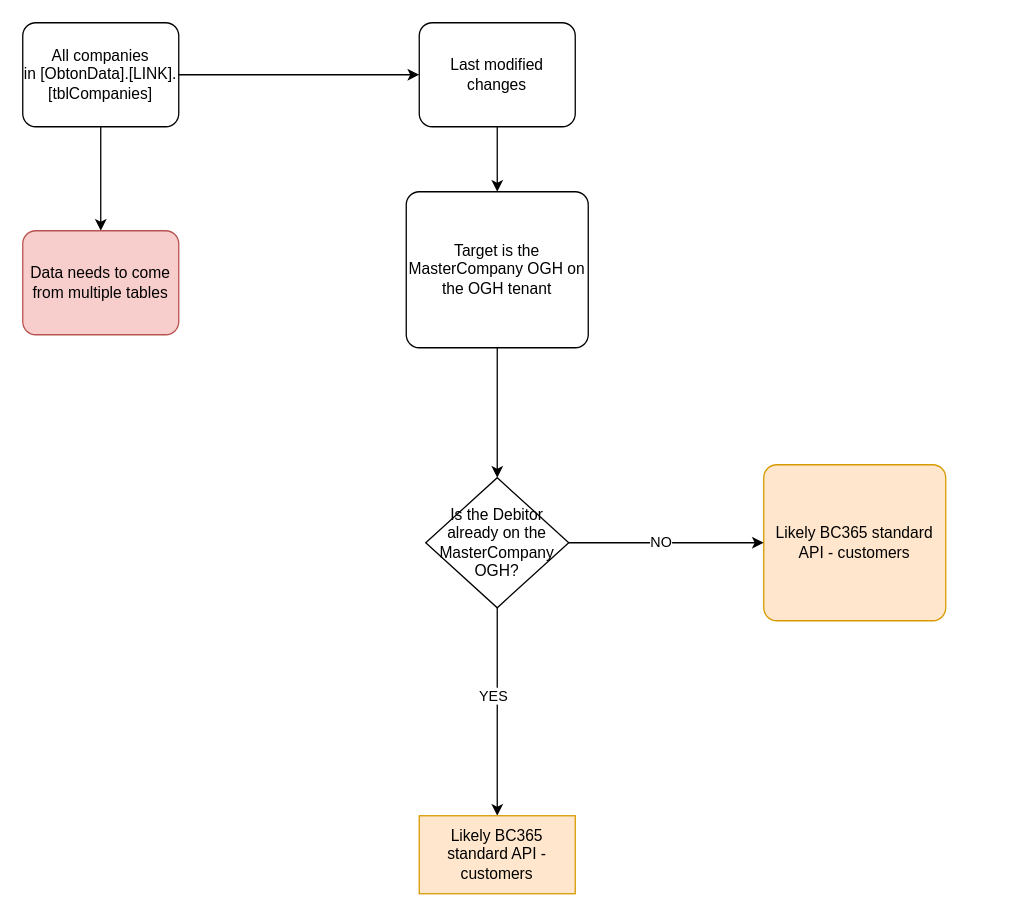
The draw.io diagram page "Upsert Debitor" (4 of 7) of bc365.drawio in enkopvand/enterprise-architecture, before the edit. Source tidied: cells renumbered, new cells numbered last; positions are measured from the earlier drawing's top-left corner, leaving out a move shared by most shapes. Both pictures are drawn from the tidied source at 130%, with x=0, y=0 at pixel (22, 22).
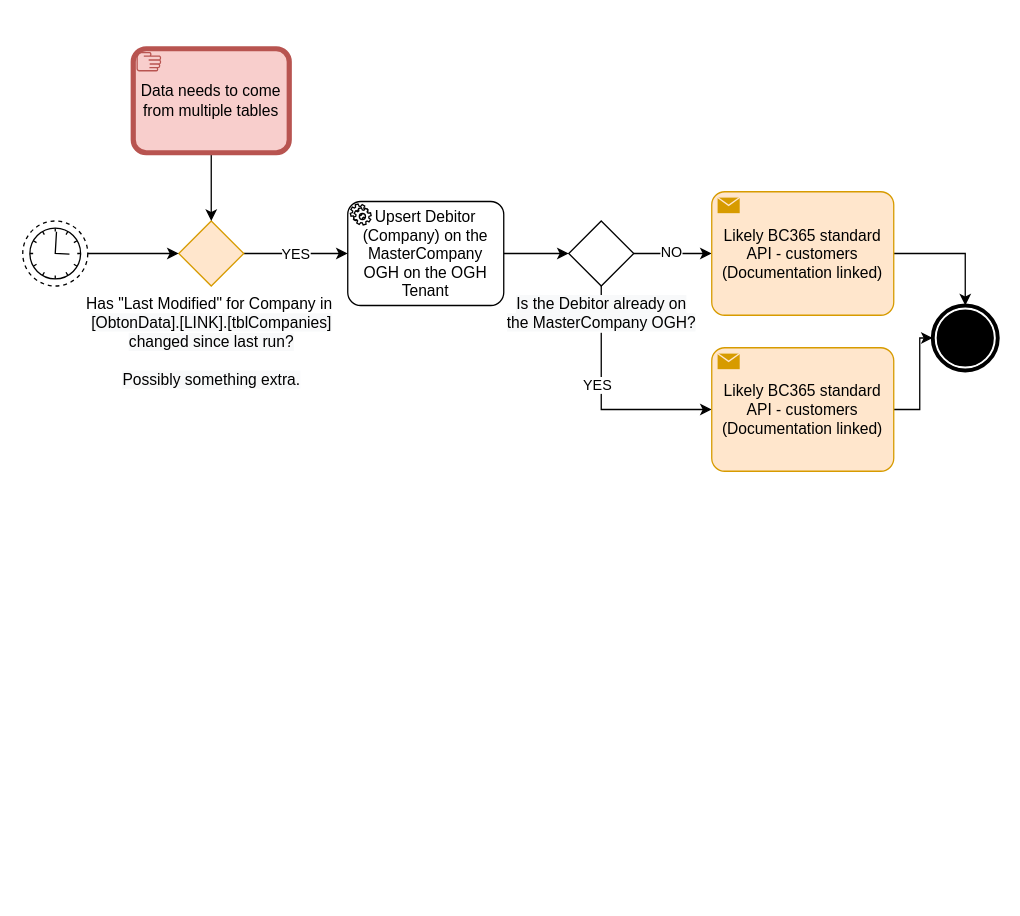
The same diagram, later.

The edit, as a diff of the source:
```diff
@@
 <mxGraphModel>
   <root>
     <mxCell id="0" />
     <mxCell id="1" parent="0" />
-    <mxCell id="2" style="edgeStyle=orthogonalEdgeStyle;rounded=0;jettySize=auto;html=1;" parent="1" edge="1" source="3" target="5">
-      <mxGeometry relative="1" as="geometry" />
-    </mxCell>
-    <mxCell id="3" value="Last modified changes" style="points=[[0.25,0,0],[0.5,0,0],[0.75,0,0],[1,0.25,0],[1,0.5,0],[1,0.75,0],[0.75,1,0],[0.5,1,0],[0.25,1,0],[0,0.75,0],[0,0.5,0],[0,0.25,0]];shape=mxgraph.bpmn.task;whiteSpace=wrap;rectStyle=rounded;size=10;taskMarker=abstract;" parent="1" vertex="1">
-      <mxGeometry x="305" width="120" height="80" as="geometry" />
-    </mxCell>
-    <mxCell id="4" style="edgeStyle=orthogonalEdgeStyle;rounded=0;jettySize=auto;html=1;" parent="1" edge="1" source="5" target="11">
+    <mxCell id="4" style="edgeStyle=orthogonalEdgeStyle;rounded=0;jettySize=auto;html=1;entryX=0;entryY=0.5;entryDx=0;entryDy=0;entryPerimeter=0;exitX=1;exitY=0.5;exitDx=0;exitDy=0;exitPerimeter=0;" parent="1" edge="1" source="26" target="11">
       <mxGeometry relative="1" as="geometry" />
     </mxCell>
-    <mxCell id="5" value="Target is the MasterCompany OGH on the OGH tenant" style="points=[[0.25,0,0],[0.5,0,0],[0.75,0,0],[1,0.25,0],[1,0.5,0],[1,0.75,0],[0.75,1,0],[0.5,1,0],[0.25,1,0],[0,0.75,0],[0,0.5,0],[0,0.25,0]];shape=mxgraph.bpmn.task;whiteSpace=wrap;rectStyle=rounded;size=10;taskMarker=abstract;" parent="1" vertex="1">
-      <mxGeometry x="295" y="130" width="140" height="120" as="geometry" />
-    </mxCell>
-    <mxCell id="6" value="Likely BC365 standard API - customers" style="points=[[0.25,0,0],[0.5,0,0],[0.75,0,0],[1,0.25,0],[1,0.5,0],[1,0.75,0],[0.75,1,0],[0.5,1,0],[0.25,1,0],[0,0.75,0],[0,0.5,0],[0,0.25,0]];shape=mxgraph.bpmn.task;whiteSpace=wrap;rectStyle=rounded;size=10;taskMarker=abstract;fillColor=#ffe6cc;strokeColor=#d79b00;" parent="1" vertex="1">
-      <mxGeometry x="570" y="340" width="140" height="120" as="geometry" />
-    </mxCell>
-    <mxCell id="7" style="edgeStyle=orthogonalEdgeStyle;rounded=0;jettySize=auto;html=1;entryX=0;entryY=0.5;entryDx=0;entryDy=0;entryPerimeter=0;" parent="1" edge="1" source="11" target="6">
+    <mxCell id="7" style="edgeStyle=orthogonalEdgeStyle;rounded=0;jettySize=auto;html=1;entryX=0;entryY=0.5;entryDx=0;entryDy=0;entryPerimeter=0;" parent="1" edge="1" source="11" target="18">
       <mxGeometry relative="1" as="geometry" />
     </mxCell>
     <mxCell id="8" value="NO" style="edgeLabel;html=1;align=center;verticalAlign=middle;" parent="7" vertex="1">
       <mxGeometry x="-0.07" y="1" relative="1" as="geometry" />
     </mxCell>
-    <mxCell id="9" style="edgeStyle=orthogonalEdgeStyle;rounded=0;jettySize=auto;html=1;" parent="1" edge="1" source="11" target="12">
+    <mxCell id="9" style="edgeStyle=orthogonalEdgeStyle;rounded=0;jettySize=auto;html=1;exitX=0.5;exitY=1;exitDx=0;exitDy=0;exitPerimeter=0;entryX=0;entryY=0.5;entryDx=0;entryDy=0;entryPerimeter=0;" parent="1" edge="1" source="11" target="20">
       <mxGeometry relative="1" as="geometry" />
     </mxCell>
     <mxCell id="10" value="YES" style="edgeLabel;html=1;align=center;verticalAlign=middle;" parent="9" vertex="1">
       <mxGeometry x="-0.16" y="-4" relative="1" as="geometry" />
     </mxCell>
+    <mxCell id="17" style="edgeStyle=orthogonalEdgeStyle;rounded=0;jettySize=auto;html=1;entryX=0.5;entryY=0;entryDx=0;entryDy=0;entryPerimeter=0;" parent="1" edge="1" source="18" target="27">
+      <mxGeometry relative="1" as="geometry" />
+    </mxCell>
+    <mxCell id="18" value="Likely BC365 standard API - customers&#10;(Documentation linked)" style="points=[[0.25,0,0],[0.5,0,0],[0.75,0,0],[1,0.25,0],[1,0.5,0],[1,0.75,0],[0.75,1,0],[0.5,1,0],[0.25,1,0],[0,0.75,0],[0,0.5,0],[0,0.25,0]];shape=mxgraph.bpmn.task;whiteSpace=wrap;rectStyle=rounded;size=10;taskMarker=send;fillColor=#ffe6cc;strokeColor=#d79b00;" parent="1" vertex="1">
+      <mxGeometry x="530" y="130" width="140" height="95" as="geometry" />
+    </mxCell>
+    <mxCell id="19" style="edgeStyle=orthogonalEdgeStyle;rounded=0;jettySize=auto;html=1;" parent="1" edge="1" source="20" target="27">
+      <mxGeometry relative="1" as="geometry" />
+    </mxCell>
+    <mxCell id="20" value="Likely BC365 standard API - customers&#10;(Documentation linked)" style="points=[[0.25,0,0],[0.5,0,0],[0.75,0,0],[1,0.25,0],[1,0.5,0],[1,0.75,0],[0.75,1,0],[0.5,1,0],[0.25,1,0],[0,0.75,0],[0,0.5,0],[0,0.25,0]];shape=mxgraph.bpmn.task;whiteSpace=wrap;rectStyle=rounded;size=10;taskMarker=send;fillColor=#ffe6cc;strokeColor=#d79b00;" parent="1" vertex="1">
+      <mxGeometry x="530" y="250" width="140" height="95" as="geometry" />
+    </mxCell>
-    <mxCell id="11" value="Is the Debitor already on the MasterCompany OGH?" style="rhombus;whiteSpace=wrap;html=1;" parent="1" vertex="1">
-      <mxGeometry x="310" y="350" width="110" height="100" as="geometry" />
+    <mxCell id="11" value="&lt;span style=&quot;background-color: rgb(248, 249, 250);&quot;&gt;Is the Debitor already on &lt;br&gt;the MasterCompany OGH?&lt;/span&gt;" style="points=[[0.25,0.25,0],[0.5,0,0],[0.75,0.25,0],[1,0.5,0],[0.75,0.75,0],[0.5,1,0],[0.25,0.75,0],[0,0.5,0]];shape=mxgraph.bpmn.gateway2;html=1;verticalLabelPosition=bottom;labelBackgroundColor=#ffffff;verticalAlign=top;align=center;perimeter=rhombusPerimeter;outlineConnect=0;outline=none;symbol=none;" parent="1" vertex="1">
+      <mxGeometry x="420" y="152.5" width="50" height="50" as="geometry" />
     </mxCell>
-    <mxCell id="12" value="&lt;span style=&quot;&quot;&gt;Likely BC365 standard API - customers&lt;/span&gt;" style="whiteSpace=wrap;html=1;fillColor=#ffe6cc;strokeColor=#d79b00;" parent="1" vertex="1">
-      <mxGeometry x="305" y="610" width="120" height="60" as="geometry" />
-    </mxCell>
-    <mxCell id="13" style="edgeStyle=orthogonalEdgeStyle;rounded=0;jettySize=auto;html=1;" parent="1" edge="1" source="15" target="3">
-      <mxGeometry relative="1" as="geometry" />
-    </mxCell>
-    <mxCell id="14" style="edgeStyle=orthogonalEdgeStyle;rounded=0;jettySize=auto;html=1;" parent="1" edge="1" source="15" target="16">
-      <mxGeometry relative="1" as="geometry" />
-    </mxCell>
-    <mxCell id="15" value="All companies in [ObtonData].[LINK].[tblCompanies]" style="points=[[0.25,0,0],[0.5,0,0],[0.75,0,0],[1,0.25,0],[1,0.5,0],[1,0.75,0],[0.75,1,0],[0.5,1,0],[0.25,1,0],[0,0.75,0],[0,0.5,0],[0,0.25,0]];shape=mxgraph.bpmn.task;whiteSpace=wrap;rectStyle=rounded;size=10;taskMarker=abstract;" parent="1" vertex="1">
-      <mxGeometry width="120" height="80" as="geometry" />
-    </mxCell>
+    <mxCell id="21" value="YES" style="edgeStyle=orthogonalEdgeStyle;rounded=0;jettySize=auto;html=1;entryX=0;entryY=0.5;entryDx=0;entryDy=0;entryPerimeter=0;" parent="1" edge="1" source="22" target="26">
+      <mxGeometry relative="1" as="geometry" />
+    </mxCell>
+    <mxCell id="22" value="Has &quot;Last Modified&quot; for Company in&amp;nbsp;&lt;br&gt;&lt;span style=&quot;background-color: rgb(248, 249, 250);&quot;&gt;[ObtonData].[LINK].[tblCompanies] &lt;br&gt;changed since last run?&lt;br&gt;&lt;br&gt;Possibly something extra.&lt;br&gt;&lt;/span&gt;" style="points=[[0.25,0.25,0],[0.5,0,0],[0.75,0.25,0],[1,0.5,0],[0.75,0.75,0],[0.5,1,0],[0.25,0.75,0],[0,0.5,0]];shape=mxgraph.bpmn.gateway2;html=1;verticalLabelPosition=bottom;labelBackgroundColor=#ffffff;verticalAlign=top;align=center;perimeter=rhombusPerimeter;outlineConnect=0;outline=none;symbol=none;fillColor=#ffe6cc;strokeColor=#d79b00;" parent="1" vertex="1">
+      <mxGeometry x="120" y="152.5" width="50" height="50" as="geometry" />
+    </mxCell>
+    <mxCell id="23" style="edgeStyle=orthogonalEdgeStyle;rounded=0;jettySize=auto;html=1;" parent="1" edge="1" source="16" target="22">
+      <mxGeometry relative="1" as="geometry" />
+    </mxCell>
-    <mxCell id="16" value="Data needs to come from multiple tables" style="points=[[0.25,0,0],[0.5,0,0],[0.75,0,0],[1,0.25,0],[1,0.5,0],[1,0.75,0],[0.75,1,0],[0.5,1,0],[0.25,1,0],[0,0.75,0],[0,0.5,0],[0,0.25,0]];shape=mxgraph.bpmn.task;whiteSpace=wrap;rectStyle=rounded;size=10;taskMarker=abstract;fillColor=#f8cecc;strokeColor=#b85450;" parent="1" vertex="1">
-      <mxGeometry y="160" width="120" height="80" as="geometry" />
+    <mxCell id="16" value="Data needs to come from multiple tables" style="points=[[0.25,0,0],[0.5,0,0],[0.75,0,0],[1,0.25,0],[1,0.5,0],[1,0.75,0],[0.75,1,0],[0.5,1,0],[0.25,1,0],[0,0.75,0],[0,0.5,0],[0,0.25,0]];shape=mxgraph.bpmn.task;whiteSpace=wrap;rectStyle=rounded;size=10;bpmnShapeType=call;taskMarker=manual;fillColor=#f8cecc;strokeColor=#b85450;" parent="1" vertex="1">
+      <mxGeometry x="85" y="20" width="120" height="80" as="geometry" />
     </mxCell>
+    <mxCell id="24" style="edgeStyle=orthogonalEdgeStyle;rounded=0;jettySize=auto;html=1;" parent="1" edge="1" source="25" target="22">
+      <mxGeometry relative="1" as="geometry" />
+    </mxCell>
+    <mxCell id="25" style="points=[[0.145,0.145,0],[0.5,0,0],[0.855,0.145,0],[1,0.5,0],[0.855,0.855,0],[0.5,1,0],[0.145,0.855,0],[0,0.5,0]];shape=mxgraph.bpmn.event;html=1;verticalLabelPosition=bottom;labelBackgroundColor=#ffffff;verticalAlign=top;align=center;perimeter=ellipsePerimeter;outlineConnect=0;outline=eventNonint;symbol=timer;" parent="1" vertex="1">
+      <mxGeometry y="152.5" width="50" height="50" as="geometry" />
+    </mxCell>
+    <mxCell id="26" value="Upsert Debitor (Company) on the MasterCompany OGH on the OGH Tenant" style="points=[[0.25,0,0],[0.5,0,0],[0.75,0,0],[1,0.25,0],[1,0.5,0],[1,0.75,0],[0.75,1,0],[0.5,1,0],[0.25,1,0],[0,0.75,0],[0,0.5,0],[0,0.25,0]];shape=mxgraph.bpmn.task;whiteSpace=wrap;rectStyle=rounded;size=10;taskMarker=service;" parent="1" vertex="1">
+      <mxGeometry x="250" y="137.5" width="120" height="80" as="geometry" />
+    </mxCell>
+    <mxCell id="27" style="points=[[0.145,0.145,0],[0.5,0,0],[0.855,0.145,0],[1,0.5,0],[0.855,0.855,0],[0.5,1,0],[0.145,0.855,0],[0,0.5,0]];shape=mxgraph.bpmn.event;html=1;verticalLabelPosition=bottom;labelBackgroundColor=#ffffff;verticalAlign=top;align=center;perimeter=ellipsePerimeter;outlineConnect=0;outline=end;symbol=terminate;" parent="1" vertex="1">
+      <mxGeometry x="700" y="217.5" width="50" height="50" as="geometry" />
+    </mxCell>
   </root>
 </mxGraphModel>
```
